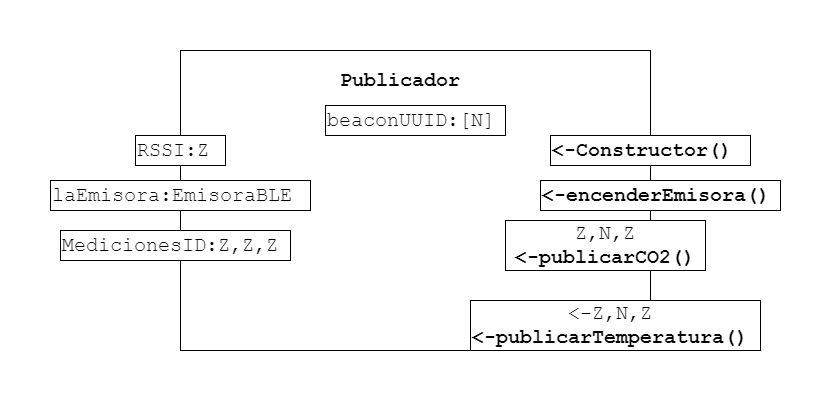
This is doc/Diseño/imagenes/diseñoPublicador.drawio.png from 3-GTI-ProyectoMedioAmbiente/Arduino, a draw.io export, as it was before one commit. Source tidied: cells renumbered, new cells last; positions are measured from the earlier drawing's top-left corner, leaving out a move shared by most shapes. Source of this version:
```xml
<mxGraphModel>
  <root>
    <mxCell id="0" />
    <mxCell id="1" parent="0" />
    <mxCell id="2" style="rounded=0;whiteSpace=wrap;html=1;" parent="1" vertex="1">
      <mxGeometry x="130" width="470" height="300" as="geometry" />
    </mxCell>
    <mxCell id="3" value="Publicador" style="text;html=1;strokeColor=none;fillColor=none;align=center;verticalAlign=middle;whiteSpace=wrap;rounded=0;fontStyle=1;fontFamily=Courier New;fontSize=20;" parent="1" vertex="1">
      <mxGeometry x="270" y="20" width="160" height="20" as="geometry" />
    </mxCell>
    <mxCell id="4" value="RSSI:Z" style="rounded=0;whiteSpace=wrap;html=1;fontFamily=Courier New;fontSize=20;align=left;fontStyle=0;" parent="1" vertex="1">
      <mxGeometry x="85" y="85" width="90" height="30" as="geometry" />
    </mxCell>
    <mxCell id="5" value="&lt;b&gt;&amp;lt;-Constructor()&lt;/b&gt;" style="rounded=0;whiteSpace=wrap;html=1;fontFamily=Courier New;fontSize=20;align=left;fontStyle=0;" parent="1" vertex="1">
      <mxGeometry x="500" y="85" width="200" height="30" as="geometry" />
    </mxCell>
    <mxCell id="6" value="&lt;span style=&quot;text-align: left&quot;&gt;Z,N,Z&lt;/span&gt;&lt;b&gt;&lt;br&gt;&amp;lt;-publicarCO2()&lt;/b&gt;" style="rounded=0;whiteSpace=wrap;html=1;fontFamily=Courier New;fontSize=20;align=center;fontStyle=0;" parent="1" vertex="1">
      <mxGeometry x="455" y="170" width="200" height="50" as="geometry" />
    </mxCell>
    <mxCell id="7" value="beaconUUID:[N]" style="rounded=0;whiteSpace=wrap;html=1;fontFamily=Courier New;fontSize=20;align=left;fontStyle=0;" parent="1" vertex="1">
      <mxGeometry x="275" y="55" width="180" height="30" as="geometry" />
    </mxCell>
    <mxCell id="8" value="&lt;b&gt;&amp;lt;-encenderEmisora()&lt;/b&gt;" style="rounded=0;whiteSpace=wrap;html=1;fontFamily=Courier New;fontSize=20;align=left;fontStyle=0;" parent="1" vertex="1">
      <mxGeometry x="490" y="130" width="240" height="30" as="geometry" />
    </mxCell>
    <mxCell id="9" value="&lt;div style=&quot;text-align: center&quot;&gt;&lt;span&gt;&amp;lt;-Z,N,Z&lt;/span&gt;&lt;/div&gt;&lt;b&gt;&amp;lt;-publicarTemperatura()&lt;/b&gt;" style="rounded=0;whiteSpace=wrap;html=1;fontFamily=Courier New;fontSize=20;align=left;fontStyle=0;" parent="1" vertex="1">
      <mxGeometry x="420" y="250" width="290" height="50" as="geometry" />
    </mxCell>
    <mxCell id="10" value="laEmisora:EmisoraBLE" style="rounded=0;whiteSpace=wrap;html=1;fontFamily=Courier New;fontSize=20;align=left;fontStyle=0;" parent="1" vertex="1">
      <mxGeometry y="130" width="260" height="30" as="geometry" />
    </mxCell>
    <mxCell id="11" value="MedicionesID:Z,Z,Z" style="rounded=0;whiteSpace=wrap;html=1;fontFamily=Courier New;fontSize=20;align=left;fontStyle=0;" parent="1" vertex="1">
      <mxGeometry x="10" y="180" width="230" height="30" as="geometry" />
    </mxCell>
  </root>
</mxGraphModel>
```
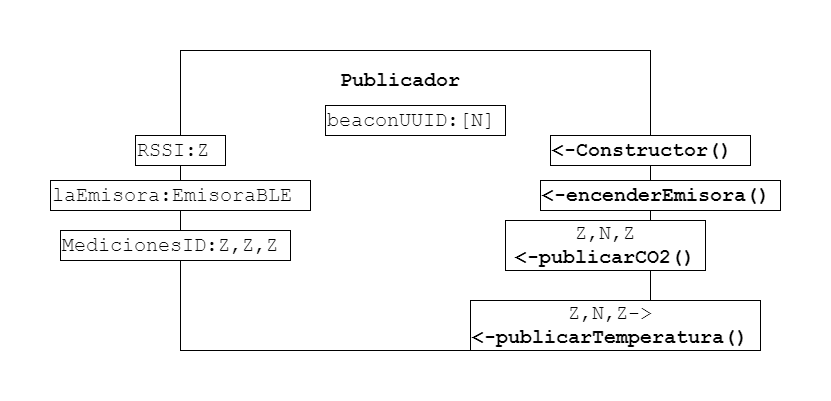
After the commit.

The edit, as a diff of the source:
```diff
@@ -23,7 +23,7 @@
     <mxCell id="8" value="&lt;b&gt;&amp;lt;-encenderEmisora()&lt;/b&gt;" style="rounded=0;whiteSpace=wrap;html=1;fontFamily=Courier New;fontSize=20;align=left;fontStyle=0;" parent="1" vertex="1">
       <mxGeometry x="490" y="130" width="240" height="30" as="geometry" />
     </mxCell>
-    <mxCell id="9" value="&lt;div style=&quot;text-align: center&quot;&gt;&lt;span&gt;&amp;lt;-Z,N,Z&lt;/span&gt;&lt;/div&gt;&lt;b&gt;&amp;lt;-publicarTemperatura()&lt;/b&gt;" style="rounded=0;whiteSpace=wrap;html=1;fontFamily=Courier New;fontSize=20;align=left;fontStyle=0;" parent="1" vertex="1">
+    <mxCell id="9" value="&lt;div style=&quot;text-align: center&quot;&gt;&lt;span&gt;Z,N,Z-&amp;gt;&lt;/span&gt;&lt;/div&gt;&lt;b&gt;&amp;lt;-publicarTemperatura()&lt;/b&gt;" style="rounded=0;whiteSpace=wrap;html=1;fontFamily=Courier New;fontSize=20;align=left;fontStyle=0;" parent="1" vertex="1">
       <mxGeometry x="420" y="250" width="290" height="50" as="geometry" />
     </mxCell>
     <mxCell id="10" value="laEmisora:EmisoraBLE" style="rounded=0;whiteSpace=wrap;html=1;fontFamily=Courier New;fontSize=20;align=left;fontStyle=0;" parent="1" vertex="1">
```
